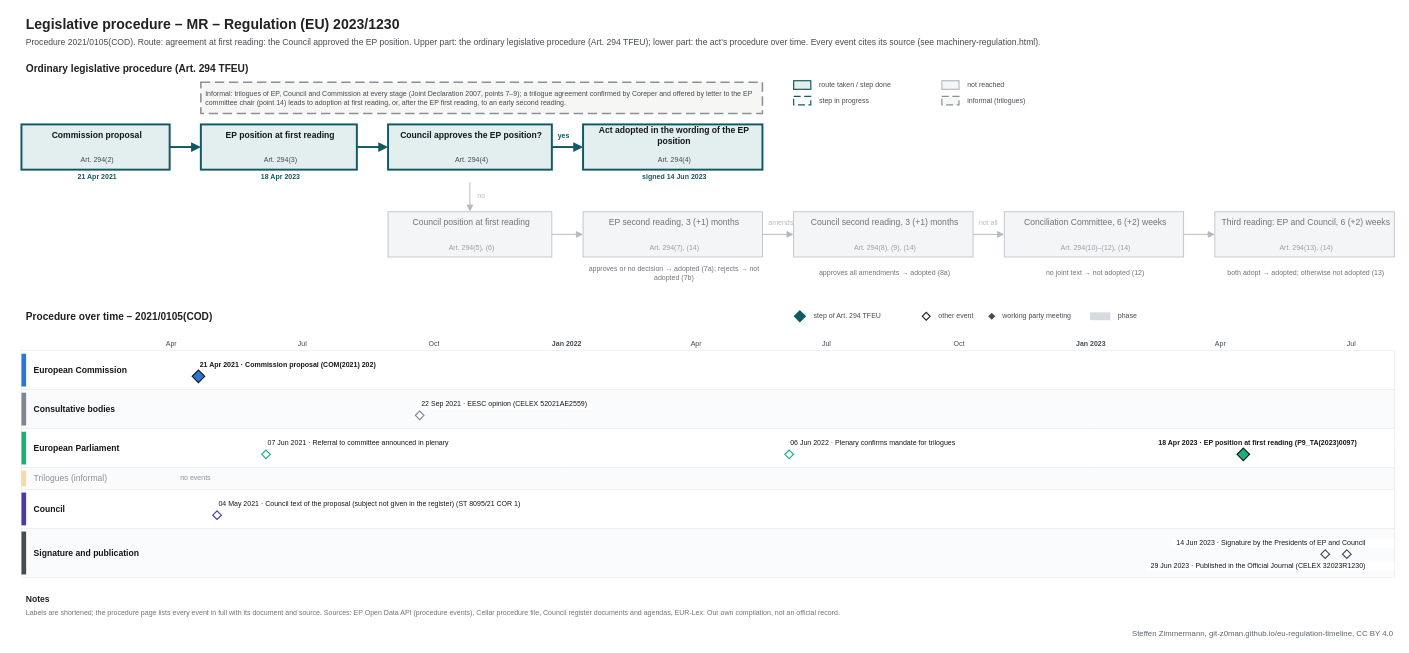
Earlier version of the draw.io diagram procedures/machinery-regulation.drawio (git-z0man/eu-regulation-timeline). Source tidied: cells renumbered, new cells numbered last; positions are measured from the earlier drawing's top-left corner, leaving out a move shared by most shapes. Both pictures are drawn from the tidied source at 78%, with x=0, y=0 at pixel (13, 13).
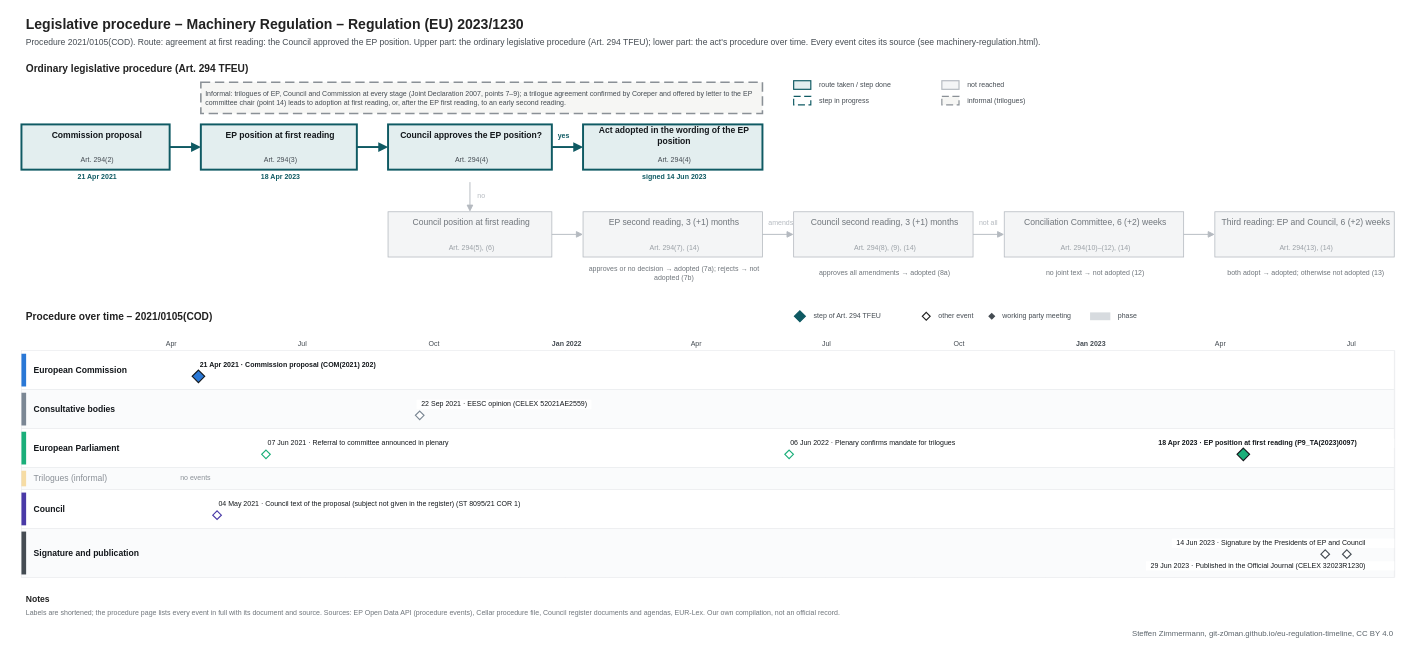
After the change.

Diff of the diagram source:
```diff
@@
-    <mxCell id="2" value="Legislative procedure – MR – Regulation (EU) 2023/1230" style="text;html=1;fontSize=18;fontColor=#222222;align=left;verticalAlign=middle;spacingLeft=4;fontStyle=1;" parent="1" vertex="1">
+    <mxCell id="2" value="Legislative procedure – Machinery Regulation – Regulation (EU) 2023/1230" style="text;html=1;fontSize=18;fontColor=#222222;align=left;verticalAlign=middle;spacingLeft=4;fontStyle=1;" parent="1" vertex="1">
       <mxGeometry x="10" width="1600" height="28" as="geometry" />
     </mxCell>
```
